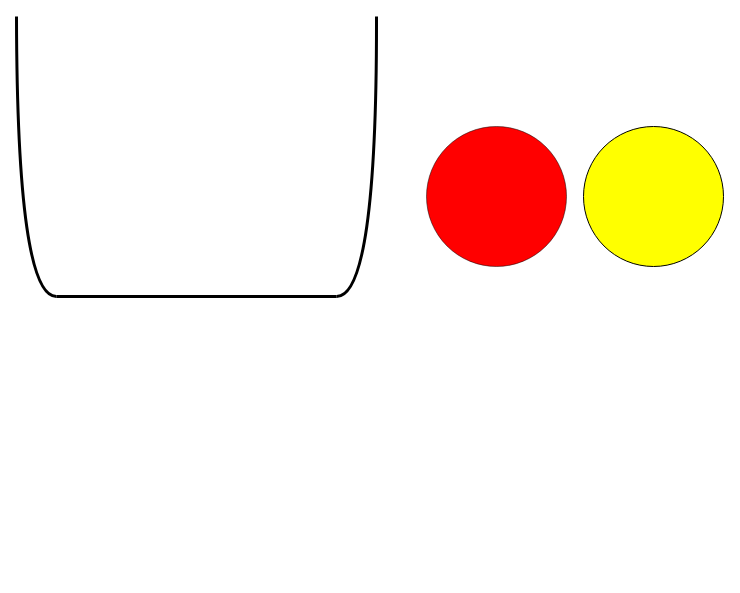
Terra-Numerica/Reinforcement-Learning keeps this draw.io diagram as src/web_version/images/Drawings.drawio. Above is the earlier version. Source tidied: cells renumbered, new cells numbered last; positions are measured from the earlier drawing's top-left corner, leaving out a move shared by most shapes. Both pictures are drawn from the tidied source at 100%, with x=0, y=0 at pixel (16, 16).
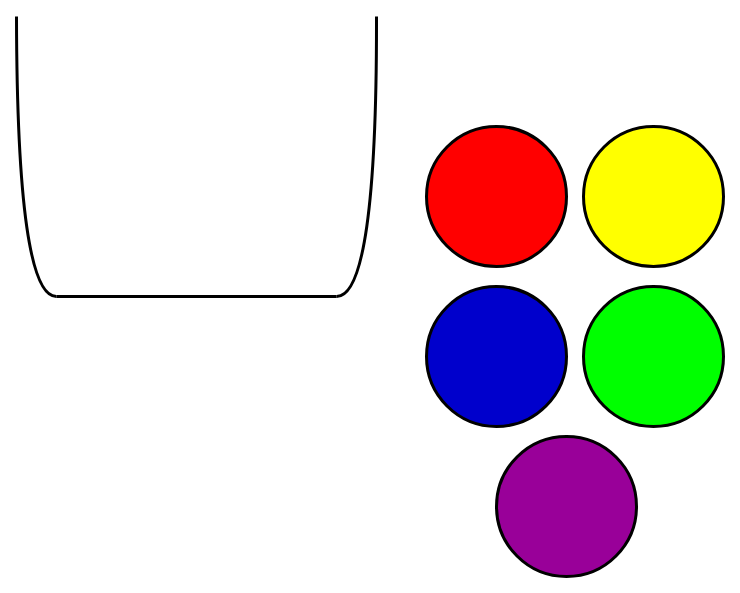
The same diagram, later.

Change to the diagram source:
```diff
@@
 <mxGraphModel>
   <root>
     <mxCell id="0" />
     <mxCell id="1" parent="0" />
     <mxCell id="2" style="endArrow=none;html=1;rounded=0;strokeWidth=3;" parent="1" edge="1">
       <mxGeometry relative="1" as="geometry">
         <mxPoint x="40" y="280" as="sourcePoint" />
         <mxPoint x="320" y="280" as="targetPoint" />
       </mxGeometry>
     </mxCell>
     <mxCell id="3" style="endArrow=none;html=1;rounded=0;edgeStyle=orthogonalEdgeStyle;curved=1;strokeWidth=3;" parent="1" edge="1">
       <mxGeometry relative="1" as="geometry">
         <mxPoint x="40" y="280" as="sourcePoint" />
         <mxPoint as="targetPoint" />
       </mxGeometry>
     </mxCell>
-    <mxCell id="4" style="ellipse;whiteSpace=wrap;html=1;fillColor=#FF0000;strokeColor=default;strokeWidth=0.5;" parent="1" vertex="1">
+    <mxCell id="4" style="ellipse;whiteSpace=wrap;html=1;fillColor=#FF0000;strokeColor=default;strokeWidth=3;" parent="1" vertex="1">
       <mxGeometry x="410" y="110" width="140" height="140" as="geometry" />
     </mxCell>
     <mxCell id="5" style="endArrow=none;html=1;rounded=0;edgeStyle=orthogonalEdgeStyle;curved=1;strokeWidth=3;" parent="1" edge="1">
       <mxGeometry relative="1" as="geometry">
         <mxPoint x="320" y="280" as="sourcePoint" />
         <mxPoint x="360" as="targetPoint" />
       </mxGeometry>
     </mxCell>
-    <mxCell id="6" style="ellipse;whiteSpace=wrap;html=1;fillColor=#FFFF00;strokeColor=default;strokeWidth=1;" parent="1" vertex="1">
+    <mxCell id="6" style="ellipse;whiteSpace=wrap;html=1;fillColor=#FFFF00;strokeColor=default;strokeWidth=3;" parent="1" vertex="1">
       <mxGeometry x="567" y="110" width="140" height="140" as="geometry" />
     </mxCell>
+    <mxCell id="7" style="ellipse;whiteSpace=wrap;html=1;fillColor=#0000CC;strokeColor=default;strokeWidth=3;" parent="1" vertex="1">
+      <mxGeometry x="410" y="270" width="140" height="140" as="geometry" />
+    </mxCell>
+    <mxCell id="8" style="ellipse;whiteSpace=wrap;html=1;fillColor=#00FF00;strokeColor=default;strokeWidth=3;" parent="1" vertex="1">
+      <mxGeometry x="567" y="270" width="140" height="140" as="geometry" />
+    </mxCell>
+    <mxCell id="9" style="ellipse;whiteSpace=wrap;html=1;fillColor=#990099;strokeColor=default;strokeWidth=3;" parent="1" vertex="1">
+      <mxGeometry x="480" y="420" width="140" height="140" as="geometry" />
+    </mxCell>
   </root>
 </mxGraphModel>
```
